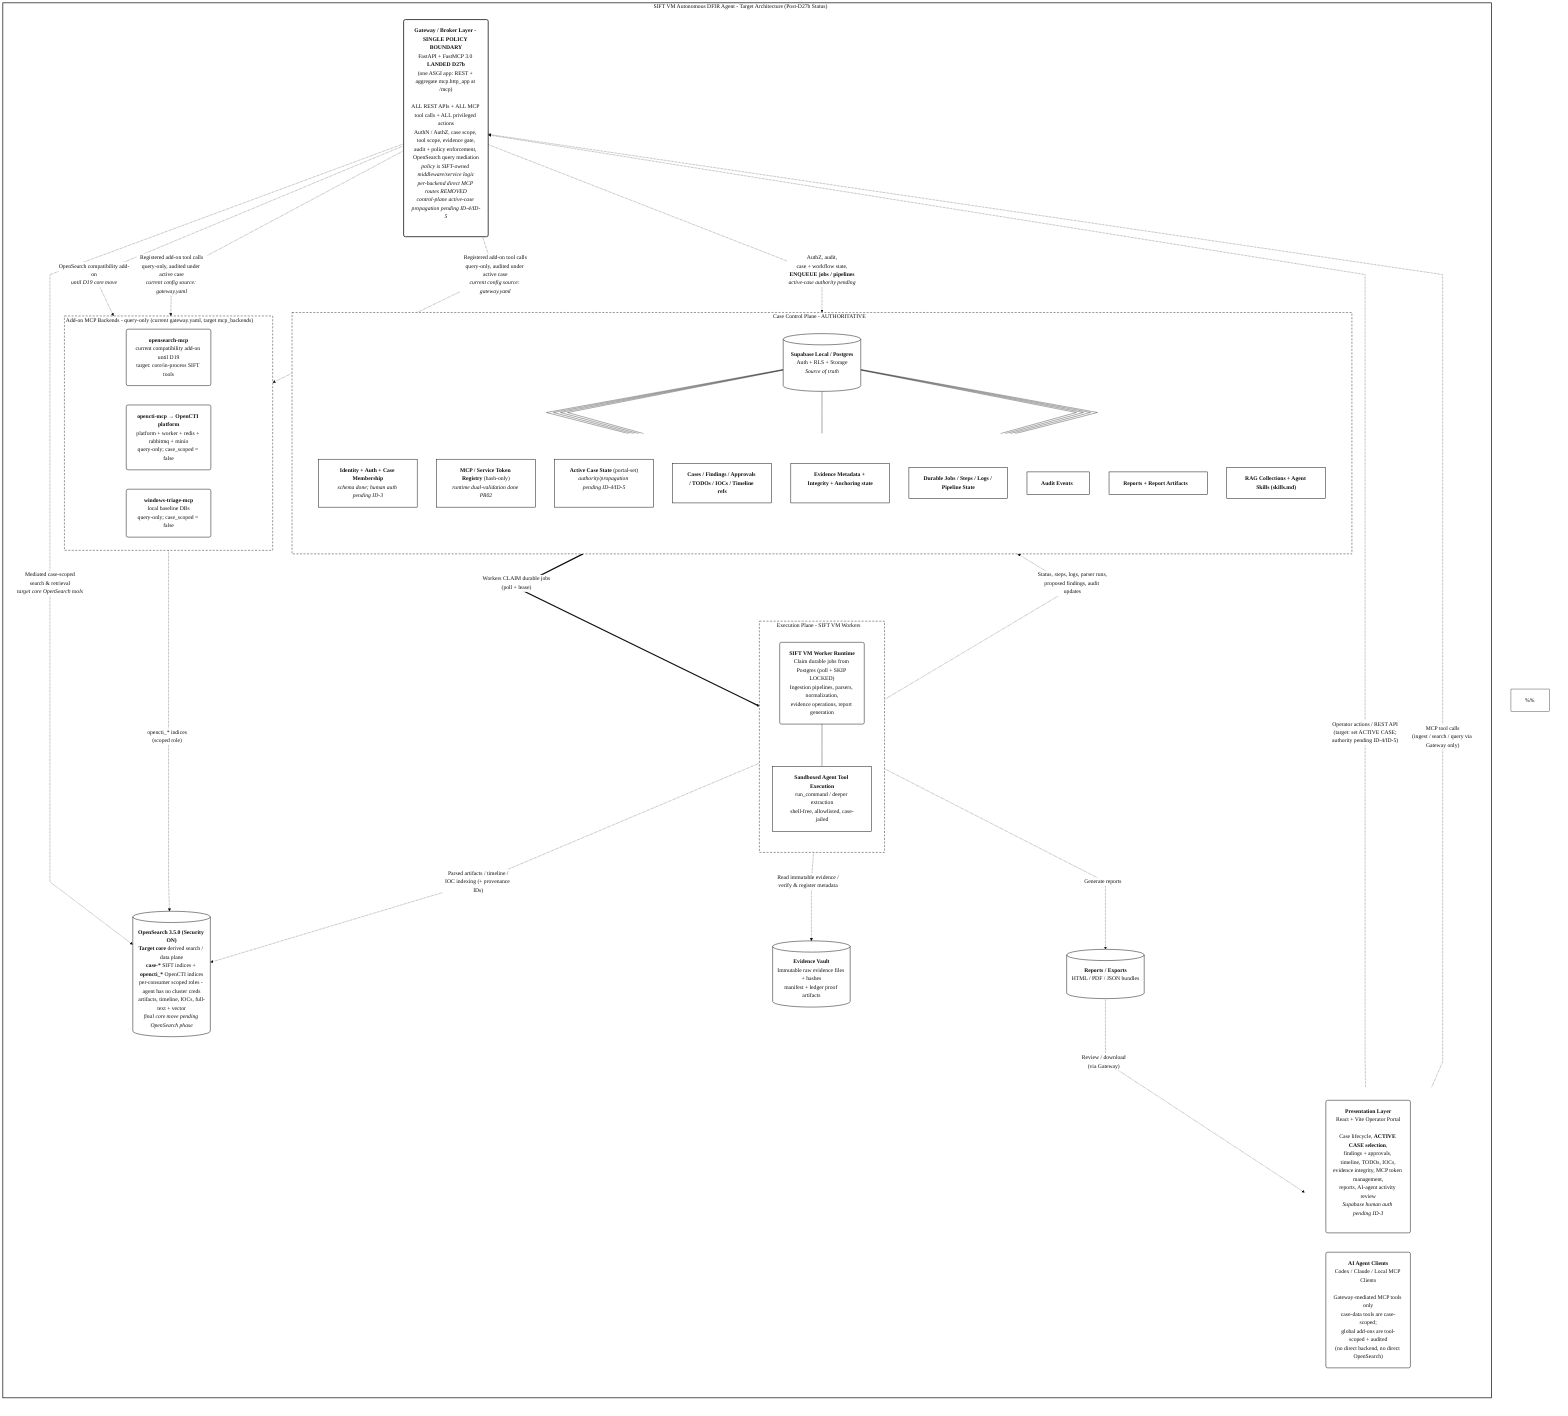
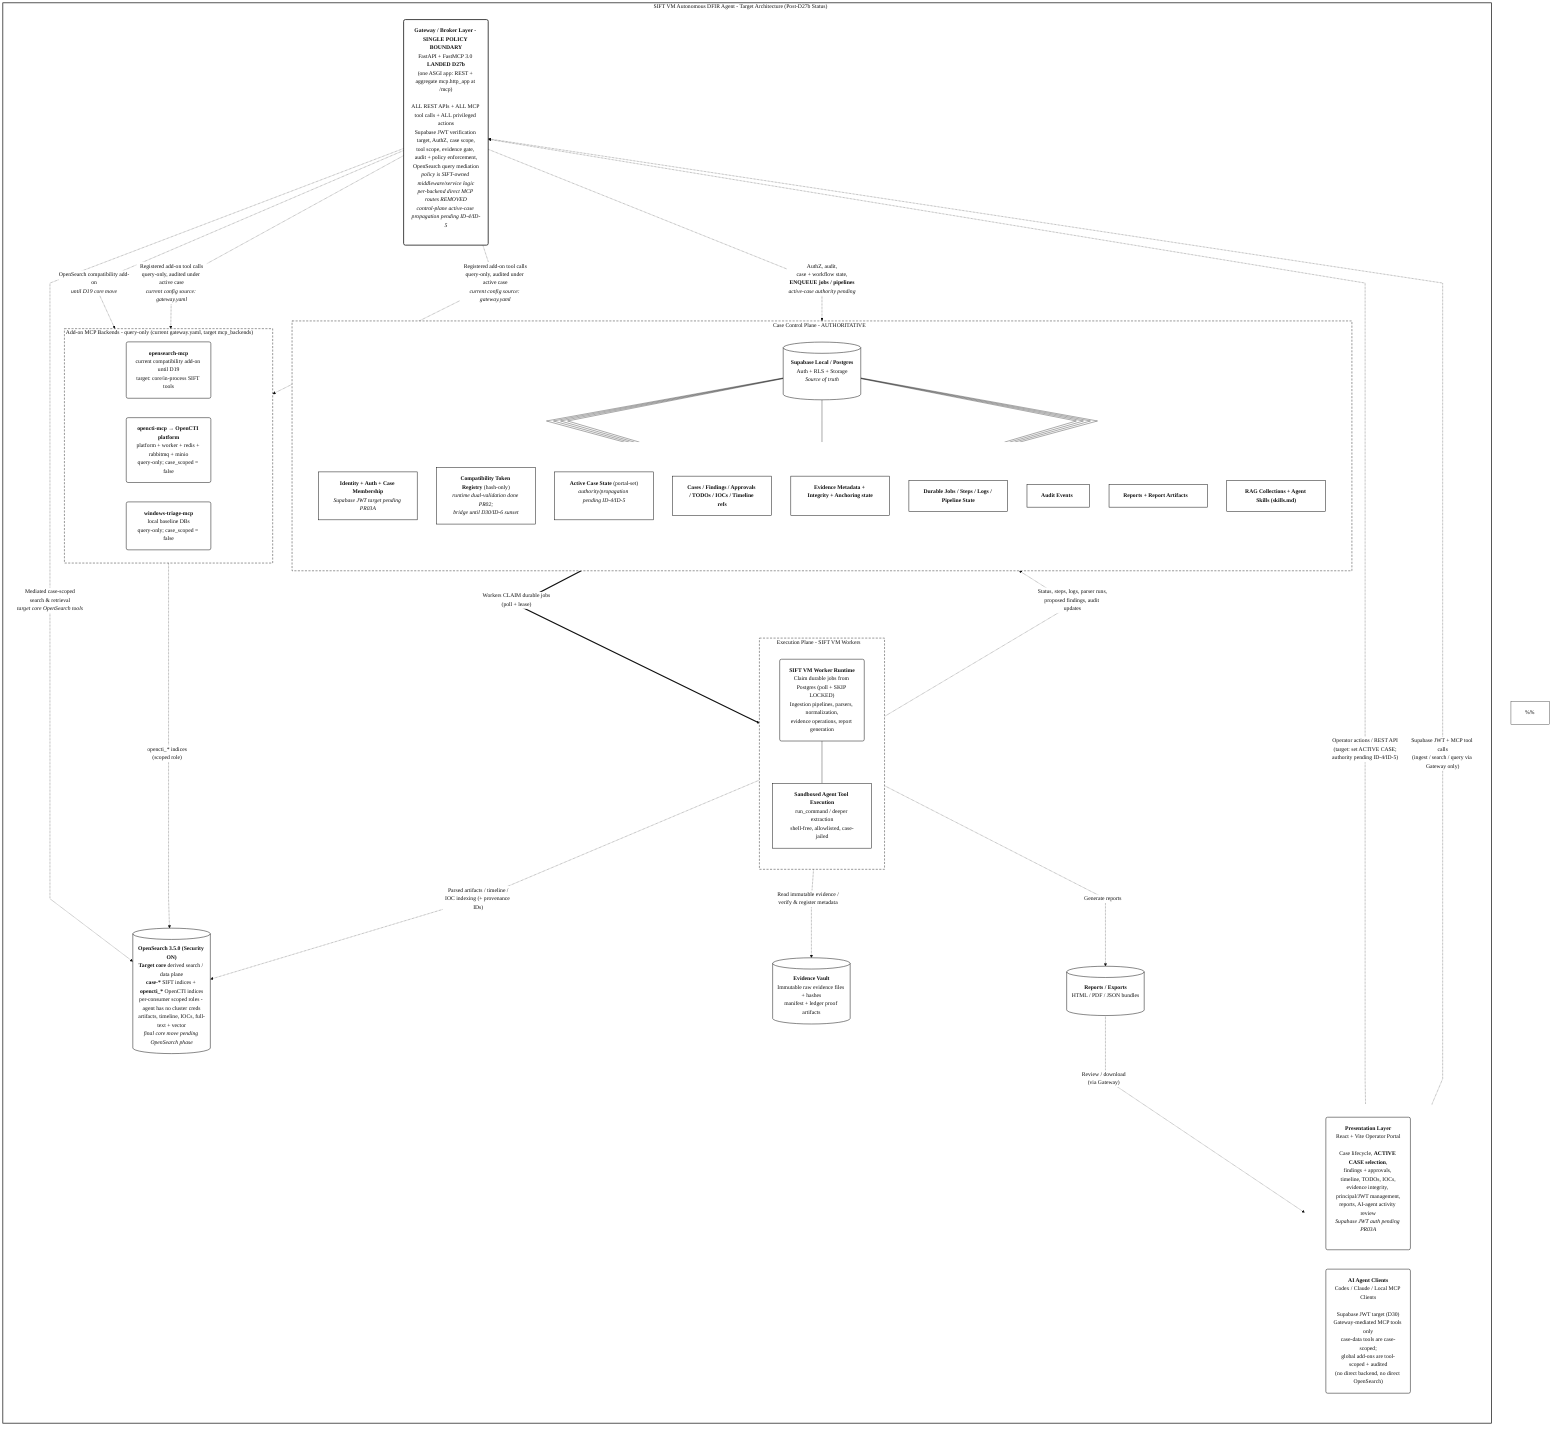
%%{init: {
  "theme": "base",
  "themeVariables": {
    "fontFamily": "Arial, Helvetica, sans-serif",
    "primaryColor": "#ffffff",
    "primaryTextColor": "#111111",
    "primaryBorderColor": "#111111",
    "lineColor": "#111111",
    "clusterBkg": "#ffffff",
    "clusterBorder": "#111111",
    "edgeLabelBackground": "#ffffff"
  },
  "flowchart": {
    "curve": "linear",
    "htmlLabels": true,
    "nodeSpacing": 55,
    "rankSpacing": 70,
    "padding": 20
  }
}}%%

flowchart TB

  %% =========================================================
  %% SIFT VM Autonomous DFIR Agent - target architecture with current
  %% post-D27b migration status called out.
  %%
  %% Canonical decisions reflected in this diagram (see
  %% 00_migration_charter.md "Confirmed Decisions (Locked)"):
  %%  - The Gateway is the SINGLE policy boundary. ALL REST APIs,
  %%    ALL MCP tool calls, and ALL privileged actions go through it.
  %%    Per-backend direct MCP routes (/mcp/{name}) are DISABLED.
  %%  - Supabase/Postgres is the authoritative control plane.
+   %%  - Final auth target (D30): Supabase-issued JWTs for humans,
+   %%    agents, MCP clients, workers, and services. PR02 hash-token
+   %%    registry is a compatibility bridge until sunset.
  %%  - There is NEVER a direct job/invoke to the Evidence Vault.
  %%    Tool calls (ingest/search/etc.) enter the Gateway, which
  %%    enqueues durable jobs/pipelines in the control plane; workers
  %%    CLAIM (poll + SKIP LOCKED) those jobs and run the pipelines.
  %%  - TARGET: ACTIVE CASE is selected by the operator in the portal only,
  %%    is authoritative in the control plane, and the Gateway propagates it
  %%    to every backend/API/tool call. CURRENT: this is still pending
  %%    Phase ID-4/ID-5; D27b preserved legacy compatibility.
  %%  - OpenSearch 3.5.0 with security ENABLED is the derived
  %%    search/data plane. It is never authoritative.
  %%  - AI agents reach tools ONLY through Gateway MCP tools and run
  %%    deeper analysis in a sandboxed, allowlisted execution plane.
  %% Note: Mermaid auto-layout is not pixel-perfect.
  %% =========================================================

  subgraph SYSTEM["SIFT VM Autonomous DFIR Agent - Target Architecture (Post-D27b Status)"]
    direction TB

    %% -------------------------
    %% Clients
    %% -------------------------
    subgraph CLIENTS[" "]
      direction LR

-       Portal("<b>Presentation Layer</b><br/>React + Vite Operator Portal<br/><br/>Case lifecycle, <b>ACTIVE CASE selection</b>,<br/>findings + approvals, timeline, TODOs, IOCs,<br/>evidence integrity, MCP token management,<br/>reports, AI-agent activity review<br/><i>Supabase human auth pending ID-3</i>")
+       Portal("<b>Presentation Layer</b><br/>React + Vite Operator Portal<br/><br/>Case lifecycle, <b>ACTIVE CASE selection</b>,<br/>findings + approvals, timeline, TODOs, IOCs,<br/>evidence integrity, principal/JWT management,<br/>reports, AI-agent activity review<br/><i>Supabase JWT auth pending PR03A</i>")

-       Agents("<b>AI Agent Clients</b><br/>Codex / Claude / Local MCP Clients<br/><br/>Gateway-mediated MCP tools only<br/>case-data tools are case-scoped;<br/>global add-ons are tool-scoped + audited<br/>(no direct backend, no direct OpenSearch)")
+       Agents("<b>AI Agent Clients</b><br/>Codex / Claude / Local MCP Clients<br/><br/>Supabase JWT target (D30)<br/>Gateway-mediated MCP tools only<br/>case-data tools are case-scoped;<br/>global add-ons are tool-scoped + audited<br/>(no direct backend, no direct OpenSearch)")
    end

    %% -------------------------
    %% Gateway - single policy boundary
    %% -------------------------
-     Gateway("<b>Gateway / Broker Layer - SINGLE POLICY BOUNDARY</b><br/>FastAPI + FastMCP 3.0 <b>LANDED D27b</b><br/>(one ASGI app: REST + aggregate mcp.http_app at /mcp)<br/><br/>ALL REST APIs + ALL MCP tool calls + ALL privileged actions<br/>AuthN / AuthZ, case scope, tool scope, evidence gate,<br/>audit + policy enforcement, OpenSearch query mediation<br/><i>policy is SIFT-owned middleware/service logic</i><br/><i>per-backend direct MCP routes REMOVED</i><br/><i>control-plane active-case propagation pending ID-4/ID-5</i>")
+     Gateway("<b>Gateway / Broker Layer - SINGLE POLICY BOUNDARY</b><br/>FastAPI + FastMCP 3.0 <b>LANDED D27b</b><br/>(one ASGI app: REST + aggregate mcp.http_app at /mcp)<br/><br/>ALL REST APIs + ALL MCP tool calls + ALL privileged actions<br/>Supabase JWT verification target, AuthZ, case scope,<br/>tool scope, evidence gate, audit + policy enforcement,<br/>OpenSearch query mediation<br/><i>policy is SIFT-owned middleware/service logic</i><br/><i>per-backend direct MCP routes REMOVED</i><br/><i>control-plane active-case propagation pending ID-4/ID-5</i>")

    %% -------------------------
    %% Control plane (authoritative)
    %% -------------------------
    subgraph CONTROL["Case Control Plane - AUTHORITATIVE"]
      direction TB

      Supabase[("<b>Supabase Local / Postgres</b><br/>Auth + RLS + Storage<br/><i>Source of truth</i>")]

      subgraph CP_BOXES[" "]
        direction TB
-         B1["<b>Identity + Auth + Case Membership</b><br/><i>schema done; human auth pending ID-3</i>"]
-         B2["<b>MCP / Service Token Registry</b> (hash-only)<br/><i>runtime dual-validation done PR02</i>"]
+         B1["<b>Identity + Auth + Case Membership</b><br/><i>Supabase JWT target pending PR03A</i>"]
+         B2["<b>Compatibility Token Registry</b> (hash-only)<br/><i>runtime dual-validation done PR02;<br/>bridge until D30/ID-6 sunset</i>"]
        B3["<b>Active Case State</b> (portal-set)<br/><i>authority/propagation pending ID-4/ID-5</i>"]
        B4["<b>Cases / Findings / Approvals / TODOs / IOCs / Timeline refs</b>"]
        B5["<b>Evidence Metadata + Integrity + Anchoring state</b>"]
        B6["<b>Durable Jobs / Steps / Logs / Pipeline State</b>"]
        B7["<b>Audit Events</b>"]
        B8["<b>Reports + Report Artifacts</b>"]
        B9["<b>RAG Collections + Agent Skills (skills.md)</b>"]
      end

      Supabase --- B1
      Supabase --- B2
      Supabase --- B3
      Supabase --- B4
      Supabase --- B5
      Supabase --- B6
      Supabase --- B7
      Supabase --- B8
      Supabase --- B9
    end

    %% -------------------------
    %% Data plane + Evidence vault
    %% -------------------------
    OpenSearch[("<b>OpenSearch 3.5.0 (Security ON)</b><br/><b>Target core</b> derived search / data plane<br/><b>case-*</b> SIFT indices + <b>opencti_*</b> OpenCTI indices<br/>per-consumer scoped roles - agent has no cluster creds<br/>artifacts, timeline, IOCs, full-text + vector<br/><i>final core move pending OpenSearch phase</i>")]

    Evidence[("<b>Evidence Vault</b><br/>Immutable raw evidence files + hashes<br/>manifest + ledger proof artifacts")]

    %% -------------------------
    %% Execution plane
    %% -------------------------
    subgraph EXECUTION["Execution Plane - SIFT VM Workers"]
      direction TB

      Worker("<b>SIFT VM Worker Runtime</b><br/>Claim durable jobs from Postgres (poll + SKIP LOCKED)<br/>Ingestion pipelines, parsers, normalization,<br/>evidence operations, report generation")

      Sandbox["<b>Sandboxed Agent Tool Execution</b><br/>run_command / deeper extraction<br/>shell-free, allowlisted, case-jailed"]

      Worker --- Sandbox
    end

    Reports[("<b>Reports / Exports</b><br/>HTML / PDF / JSON bundles")]

    %% -------------------------
    %% Add-on MCP backends (target: registered in control-plane mcp_backends;
    %% current: read from gateway.yaml until D22/F-11 lands; reached ONLY
    %% through the Gateway aggregate policy path)
    %% -------------------------
    subgraph ADDONS["Add-on MCP Backends - query-only (current gateway.yaml, target mcp_backends)"]
      direction LR
      OpenSearchCompat("<b>opensearch-mcp</b><br/>current compatibility add-on until D19<br/>target: core/in-process SIFT tools")
      OpenCTI("<b>opencti-mcp</b> &rarr; <b>OpenCTI platform</b><br/>platform + worker + redis + rabbitmq + minio<br/>query-only; case_scoped = false")
      WinTriage("<b>windows-triage-mcp</b><br/>local baseline DBs<br/>query-only; case_scoped = false")
    end

    %% Note: OpenSearch and RAG are TARGET CORE, not long-term add-ons (D19/D23).
    %% OpenSearch may still appear through gateway.yaml/proxy compatibility until
    %% the later OpenSearch-core phase retires its add-on registration.
    %% RAG retrieval is a core control-plane tool over Supabase pgvector.

    %% -------------------------
    %% Flows
    %% -------------------------
    Portal -. "Operator actions / REST API<br/>(target: set ACTIVE CASE;<br/>authority pending ID-4/ID-5)" .-> Gateway
-     Agents -. "MCP tool calls<br/>(ingest / search / query via Gateway only)" .-> Gateway
+     Agents -. "Supabase JWT + MCP tool calls<br/>(ingest / search / query via Gateway only)" .-> Gateway

    Gateway -. "AuthZ, audit,<br/>case + workflow state,<br/><b>ENQUEUE jobs / pipelines</b><br/><i>active-case authority pending</i>" .-> Supabase
    Gateway -. "Mediated case-scoped<br/>search & retrieval<br/><i>target core OpenSearch tools</i>" .-> OpenSearch
    Gateway -. "OpenSearch compatibility add-on<br/><i>until D19 core move</i>" .-> OpenSearchCompat
    Gateway -. "Registered add-on tool calls<br/>query-only, audited under active case<br/><i>current config source: gateway.yaml</i>" .-> OpenCTI
    Gateway -. "Registered add-on tool calls<br/>query-only, audited under active case<br/><i>current config source: gateway.yaml</i>" .-> WinTriage
    OpenCTI -. "opencti_* indices<br/>(scoped role)" .-> OpenSearch

    Supabase == "Workers CLAIM durable jobs<br/>(poll + lease)" ==> EXECUTION
    EXECUTION -. "Status, steps, logs, parser runs,<br/>proposed findings, audit updates" .-> Supabase

    EXECUTION -. "Parsed artifacts / timeline /<br/>IOC indexing (+ provenance IDs)" .-> OpenSearch
    EXECUTION -. "Read immutable evidence /<br/>verify & register metadata" .-> Evidence
    EXECUTION -. "Generate reports" .-> Reports

    Reports -. "Review / download<br/>(via Gateway)" .-> Portal
  end

  %% =========================================================
  %% Styling
  %% =========================================================
  classDef box fill:#ffffff,stroke:#111111,stroke-width:1.4px,color:#111111;
  classDef db fill:#ffffff,stroke:#111111,stroke-width:1.4px,color:#111111;
  classDef group fill:#ffffff,stroke:#111111,stroke-width:1.2px,stroke-dasharray: 6 4,color:#111111;
  classDef outer fill:#ffffff,stroke:#111111,stroke-width:2px,color:#111111;
  classDef gw fill:#ffffff,stroke:#111111,stroke-width:2.2px,color:#111111;

  class Portal,Agents,B1,B2,B3,B4,B5,B6,B7,B8,B9,Worker,Sandbox,OpenSearchCompat,OpenCTI,WinTriage box;
  class Supabase,OpenSearch,Evidence,Reports db;
  class Gateway gw;
  class CONTROL,EXECUTION,ADDONS group;
  class SYSTEM outer;

  style CLIENTS fill:#ffffff,stroke:transparent
  style CP_BOXES fill:#ffffff,stroke:transparent
